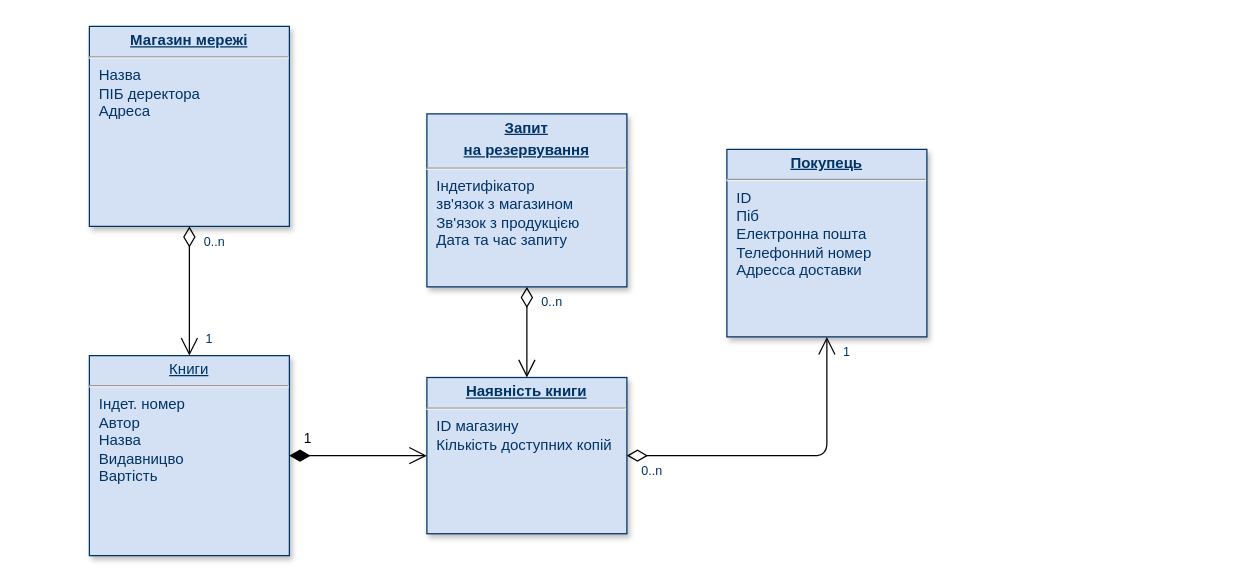
This is Диаграмма без названия.drawio from VadimKeranov/drawio, a draw.io file, before an edit. Source tidied: cells renumbered, new cells numbered last; positions are measured from the earlier drawing's top-left corner, leaving out a move shared by most shapes. Both pictures are drawn from the tidied source at 125%, with x=0, y=0 at pixel (89, 26).
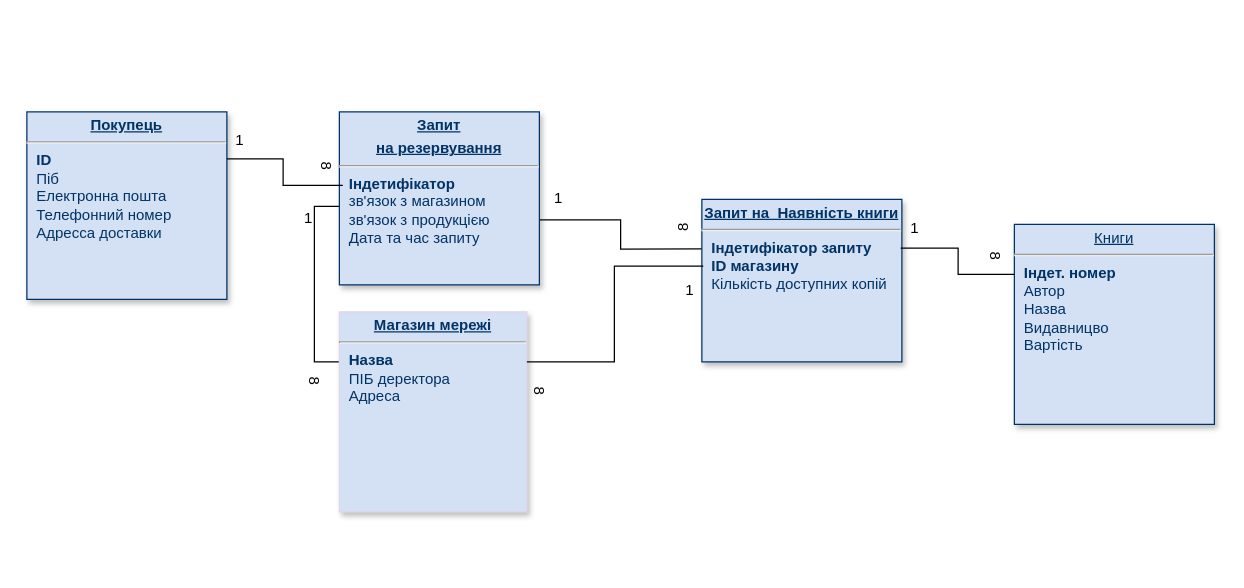
After the change.

What changed in the source:
```diff
@@
+    <mxCell id="16" style="edgeStyle=orthogonalEdgeStyle;rounded=0;jettySize=auto;html=1;exitX=0.001;exitY=0.546;exitDx=0;exitDy=0;entryX=0;entryY=0.25;entryDx=0;entryDy=0;exitPerimeter=0;endArrow=none;endFill=0;" parent="1" edge="1" source="2" target="6">
+      <mxGeometry relative="1" as="geometry" />
+    </mxCell>
+    <mxCell id="7" style="edgeStyle=orthogonalEdgeStyle;rounded=0;jettySize=auto;html=1;entryX=0.002;entryY=0.305;entryDx=0;entryDy=0;entryPerimeter=0;exitX=1.002;exitY=0.624;exitDx=0;exitDy=0;exitPerimeter=0;endArrow=none;endFill=0;" parent="1" edge="1" source="2" target="3">
+      <mxGeometry relative="1" as="geometry" />
+    </mxCell>
-    <mxCell id="2" value="&lt;p style=&quot;margin: 0px; margin-top: 4px; text-align: center; text-decoration: underline;&quot;&gt;&lt;b&gt;Запит&lt;/b&gt;&lt;/p&gt;&lt;p style=&quot;margin: 0px; margin-top: 4px; text-align: center; text-decoration: underline;&quot;&gt;&lt;b&gt;на резервування&lt;/b&gt;&lt;/p&gt;&lt;hr&gt;&lt;p style=&quot;margin: 0px; margin-left: 8px;&quot;&gt;Індетифікатор&lt;br&gt;зв'язок з магазином&lt;br&gt;Зв'язок з продукцією&lt;br&gt;Дата та час запиту&lt;/p&gt;" style="verticalAlign=top;align=left;overflow=fill;fontSize=12;fontFamily=Helvetica;html=1;strokeColor=#003366;shadow=1;fillColor=#D4E1F5;fontColor=#003366;" parent="1" vertex="1">
-      <mxGeometry x="270" y="69.6" width="160" height="138.4" as="geometry" />
+    <mxCell id="2" value="&lt;p style=&quot;margin: 0px; margin-top: 4px; text-align: center; text-decoration: underline;&quot;&gt;&lt;b&gt;Запит&lt;/b&gt;&lt;/p&gt;&lt;p style=&quot;margin: 0px; margin-top: 4px; text-align: center; text-decoration: underline;&quot;&gt;&lt;b&gt;на резервування&lt;/b&gt;&lt;/p&gt;&lt;hr&gt;&lt;p style=&quot;margin: 0px; margin-left: 8px;&quot;&gt;&lt;b&gt;Індетифікатор&lt;br&gt;&lt;/b&gt;зв'язок з магазином&lt;br&gt;зв'язок з продукцією&lt;br&gt;Дата та час запиту&lt;/p&gt;" style="verticalAlign=top;align=left;overflow=fill;fontSize=12;fontFamily=Helvetica;html=1;strokeColor=#003366;shadow=1;fillColor=#D4E1F5;fontColor=#003366;" parent="1" vertex="1">
+      <mxGeometry x="200" y="68" width="160" height="138.4" as="geometry" />
     </mxCell>
-    <mxCell id="3" value="&lt;p style=&quot;margin: 0px; margin-top: 4px; text-align: center; text-decoration: underline;&quot;&gt;&lt;b&gt;Наявність книги&lt;/b&gt;&lt;/p&gt;&lt;hr&gt;&lt;p style=&quot;margin: 0px; margin-left: 8px;&quot;&gt;ID магазину&lt;br&gt;Кількість доступних копій&lt;br&gt;&lt;br&gt;&lt;/p&gt;" style="verticalAlign=top;align=left;overflow=fill;fontSize=12;fontFamily=Helvetica;html=1;strokeColor=#003366;shadow=1;fillColor=#D4E1F5;fontColor=#003366;" parent="1" vertex="1">
-      <mxGeometry x="270" y="280.5" width="160" height="125" as="geometry" />
+    <mxCell id="3" value="&lt;p style=&quot;margin: 0px; margin-top: 4px; text-align: center; text-decoration: underline;&quot;&gt;&lt;b&gt;Запит на&amp;nbsp; Наявність книги&lt;/b&gt;&lt;/p&gt;&lt;hr&gt;&lt;p style=&quot;margin: 0px; margin-left: 8px;&quot;&gt;&lt;b&gt;Індетифікатор запиту&lt;/b&gt;&lt;br&gt;&lt;b&gt;ID магазину&lt;br&gt;&lt;/b&gt;Кількість доступних копій&lt;br&gt;&lt;br&gt;&lt;/p&gt;" style="verticalAlign=top;align=left;overflow=fill;fontSize=12;fontFamily=Helvetica;html=1;strokeColor=#003366;shadow=1;fillColor=#D4E1F5;fontColor=#003366;" parent="1" vertex="1">
+      <mxGeometry x="490" y="138" width="160" height="130" as="geometry" />
     </mxCell>
-    <mxCell id="4" value="&lt;p style=&quot;margin: 0px; margin-top: 4px; text-align: center; text-decoration: underline;&quot;&gt;Книги&lt;/p&gt;&lt;hr&gt;&lt;p style=&quot;margin: 0px; margin-left: 8px;&quot;&gt;Індет. номер&lt;br&gt;Автор&lt;/p&gt;&lt;p style=&quot;margin: 0px; margin-left: 8px;&quot;&gt;Назва&lt;br&gt;Видавницво&lt;br&gt;Вартість&lt;br&gt;&lt;br&gt;&lt;br&gt;&lt;/p&gt;" style="verticalAlign=top;align=left;overflow=fill;fontSize=12;fontFamily=Helvetica;html=1;strokeColor=#003366;shadow=1;fillColor=#D4E1F5;fontColor=#003366;" parent="1" vertex="1">
-      <mxGeometry y="263" width="160" height="160" as="geometry" />
+    <mxCell id="4" value="&lt;p style=&quot;margin: 0px; margin-top: 4px; text-align: center; text-decoration: underline;&quot;&gt;Книги&lt;/p&gt;&lt;hr&gt;&lt;p style=&quot;margin: 0px; margin-left: 8px;&quot;&gt;&lt;b&gt;Індет. номер&lt;/b&gt;&lt;br&gt;Автор&lt;/p&gt;&lt;p style=&quot;margin: 0px; margin-left: 8px;&quot;&gt;Назва&lt;br&gt;Видавницво&lt;br&gt;Вартість&lt;br&gt;&lt;br&gt;&lt;br&gt;&lt;/p&gt;" style="verticalAlign=top;align=left;overflow=fill;fontSize=12;fontFamily=Helvetica;html=1;strokeColor=#003366;shadow=1;fillColor=#D4E1F5;fontColor=#003366;" parent="1" vertex="1">
+      <mxGeometry x="740" y="158" width="160" height="160" as="geometry" />
     </mxCell>
-    <mxCell id="5" value="&lt;p style=&quot;margin: 0px; margin-top: 4px; text-align: center; text-decoration: underline;&quot;&gt;&lt;b&gt;Покупець&lt;/b&gt;&lt;/p&gt;&lt;hr&gt;&lt;p style=&quot;margin: 0px; margin-left: 8px;&quot;&gt;ID&lt;/p&gt;&lt;p style=&quot;margin: 0px; margin-left: 8px;&quot;&gt;Піб&lt;/p&gt;&lt;p style=&quot;margin: 0px; margin-left: 8px;&quot;&gt;Електронна пошта&lt;br&gt;Телефонний номер&lt;br&gt;Адресса доставки&lt;/p&gt;" style="verticalAlign=top;align=left;overflow=fill;fontSize=12;fontFamily=Helvetica;html=1;strokeColor=#003366;shadow=1;fillColor=#D4E1F5;fontColor=#003366;" parent="1" vertex="1">
-      <mxGeometry x="510" y="98" width="160" height="150" as="geometry" />
+    <mxCell id="5" value="&lt;p style=&quot;margin: 0px; margin-top: 4px; text-align: center; text-decoration: underline;&quot;&gt;&lt;b&gt;Покупець&lt;/b&gt;&lt;/p&gt;&lt;hr&gt;&lt;p style=&quot;margin: 0px; margin-left: 8px;&quot;&gt;&lt;b&gt;ID&lt;/b&gt;&lt;/p&gt;&lt;p style=&quot;margin: 0px; margin-left: 8px;&quot;&gt;Піб&lt;/p&gt;&lt;p style=&quot;margin: 0px; margin-left: 8px;&quot;&gt;Електронна пошта&lt;br&gt;Телефонний номер&lt;br&gt;Адресса доставки&lt;/p&gt;" style="verticalAlign=top;align=left;overflow=fill;fontSize=12;fontFamily=Helvetica;html=1;strokeColor=#003366;shadow=1;fillColor=#D4E1F5;fontColor=#003366;" parent="1" vertex="1">
+      <mxGeometry x="-50" y="68" width="160" height="150" as="geometry" />
     </mxCell>
-    <mxCell id="6" value="&lt;p style=&quot;margin: 0px; margin-top: 4px; text-align: center; text-decoration: underline;&quot;&gt;&lt;b&gt;Магазин мережі&lt;/b&gt;&lt;/p&gt;&lt;hr&gt;&lt;p style=&quot;margin: 0px; margin-left: 8px;&quot;&gt;Назва&lt;br&gt;ПІБ деректора&lt;br&gt;Адреса&amp;nbsp;&lt;/p&gt;" style="verticalAlign=top;align=left;overflow=fill;fontSize=12;fontFamily=Helvetica;html=1;strokeColor=#003366;shadow=1;fillColor=#D4E1F5;fontColor=#003366;" parent="1" vertex="1">
-      <mxGeometry y="-0.4" width="160" height="160" as="geometry" />
+    <mxCell id="6" value="&lt;p style=&quot;margin: 4px 0px 0px; text-align: center; text-decoration: underline; line-height: 120%;&quot;&gt;&lt;b&gt;Магазин мережі&lt;/b&gt;&lt;/p&gt;&lt;hr&gt;&lt;p style=&quot;margin: 0px; margin-left: 8px;&quot;&gt;&lt;b&gt;Назва&lt;br&gt;&lt;/b&gt;ПІБ деректора&lt;br&gt;Адреса&amp;nbsp;&lt;/p&gt;" style="verticalAlign=top;align=left;overflow=fill;fontSize=12;fontFamily=Helvetica;html=1;strokeColor=#E1D5E7;shadow=1;fillColor=#D4E1F5;fontColor=#003366;" parent="1" vertex="1">
+      <mxGeometry x="200" y="228" width="150" height="160" as="geometry" />
     </mxCell>
-    <mxCell id="7" style="endArrow=open;endSize=12;startArrow=diamondThin;startSize=14;startFill=0;edgeStyle=orthogonalEdgeStyle;" parent="1" edge="1" source="2" target="3">
-      <mxGeometry y="160" as="geometry" />
-    </mxCell>
-    <mxCell id="8" value="0..n" style="align=left;verticalAlign=top;labelBackgroundColor=#ffffff;fontSize=10;strokeColor=#003366;shadow=1;fillColor=#D4E1F5;fontColor=#003366;" parent="7" vertex="1">
-      <mxGeometry x="-1" relative="1" as="geometry">
-        <mxPoint x="10" as="offset" />
-      </mxGeometry>
-    </mxCell>
-    <mxCell id="9" style="endArrow=open;endSize=12;startArrow=diamondThin;startSize=14;startFill=0;edgeStyle=orthogonalEdgeStyle;" parent="1" edge="1" source="3" target="5">
-      <mxGeometry x="519.4" y="200" as="geometry" />
-    </mxCell>
-    <mxCell id="10" value="0..n" style="align=left;verticalAlign=top;labelBackgroundColor=#ffffff;fontSize=10;strokeColor=#003366;shadow=1;fillColor=#D4E1F5;fontColor=#003366;" parent="9" vertex="1">
-      <mxGeometry x="-1" relative="1" as="geometry">
-        <mxPoint x="10" as="offset" />
-      </mxGeometry>
-    </mxCell>
-    <mxCell id="11" value="1" style="align=right;verticalAlign=top;labelBackgroundColor=#ffffff;fontSize=10;strokeColor=#003366;shadow=1;fillColor=#D4E1F5;fontColor=#003366;" parent="9" vertex="1">
-      <mxGeometry x="1" relative="1" as="geometry">
-        <mxPoint x="20" as="offset" />
-      </mxGeometry>
-    </mxCell>
-    <mxCell id="12" style="endArrow=open;endSize=12;startArrow=diamondThin;startSize=14;startFill=0;edgeStyle=orthogonalEdgeStyle;" parent="1" edge="1" source="6" target="4">
-      <mxGeometry x="620" y="340" as="geometry" />
-    </mxCell>
-    <mxCell id="13" value="0..n" style="align=left;verticalAlign=top;labelBackgroundColor=#ffffff;fontSize=10;strokeColor=#003366;shadow=1;fillColor=#D4E1F5;fontColor=#003366;" parent="12" vertex="1">
-      <mxGeometry x="-1" relative="1" as="geometry">
-        <mxPoint x="10" as="offset" />
-      </mxGeometry>
-    </mxCell>
-    <mxCell id="14" value="1" style="align=right;verticalAlign=top;labelBackgroundColor=#ffffff;fontSize=10;strokeColor=#003366;shadow=1;fillColor=#D4E1F5;fontColor=#003366;" parent="12" vertex="1">
-      <mxGeometry x="1" relative="1" as="geometry">
-        <mxPoint x="20" y="-25" as="offset" />
-      </mxGeometry>
-    </mxCell>
+    <mxCell id="17" style="edgeStyle=orthogonalEdgeStyle;rounded=0;jettySize=auto;html=1;exitX=1;exitY=0.25;exitDx=0;exitDy=0;entryX=0.007;entryY=0.411;entryDx=0;entryDy=0;entryPerimeter=0;endArrow=none;endFill=0;" parent="1" edge="1" source="6" target="3">
+      <mxGeometry relative="1" as="geometry" />
+    </mxCell>
-    <mxCell id="15" value="1" style="endArrow=open;endSize=12;startArrow=diamondThin;startSize=14;startFill=1;edgeStyle=orthogonalEdgeStyle;align=left;verticalAlign=bottom;" parent="1" edge="1" source="4" target="3">
-      <mxGeometry x="-0.82" y="5" relative="1" as="geometry" />
+    <mxCell id="15" style="edgeStyle=orthogonalEdgeStyle;rounded=0;jettySize=auto;html=1;exitX=0;exitY=0.25;exitDx=0;exitDy=0;entryX=0.994;entryY=0.3;entryDx=0;entryDy=0;entryPerimeter=0;endArrow=none;endFill=0;" parent="1" edge="1" source="4" target="3">
+      <mxGeometry relative="1" as="geometry" />
     </mxCell>
+    <mxCell id="18" style="edgeStyle=orthogonalEdgeStyle;rounded=0;jettySize=auto;html=1;exitX=1;exitY=0.25;exitDx=0;exitDy=0;entryX=0.017;entryY=0.425;entryDx=0;entryDy=0;entryPerimeter=0;endArrow=none;endFill=0;" parent="1" edge="1" source="5" target="2">
+      <mxGeometry relative="1" as="geometry" />
+    </mxCell>
+    <mxCell id="19" value="8" style="text;html=1;align=center;verticalAlign=middle;strokeColor=none;fillColor=none;rotation=90;" parent="1" vertex="1">
+      <mxGeometry x="710" y="168" width="30" height="30" as="geometry" />
+    </mxCell>
+    <mxCell id="20" value="1" style="text;html=1;align=center;verticalAlign=middle;strokeColor=none;fillColor=none;" parent="1" vertex="1">
+      <mxGeometry x="645" y="146" width="30" height="30" as="geometry" />
+    </mxCell>
+    <mxCell id="21" value="8" style="text;html=1;align=center;verticalAlign=middle;strokeColor=none;fillColor=none;rotation=90;" parent="1" vertex="1">
+      <mxGeometry x="175" y="96" width="30" height="30" as="geometry" />
+    </mxCell>
+    <mxCell id="22" value="1" style="text;html=1;align=center;verticalAlign=middle;strokeColor=none;fillColor=none;" parent="1" vertex="1">
+      <mxGeometry x="105" y="76" width="30" height="30" as="geometry" />
+    </mxCell>
+    <mxCell id="23" value="8" style="text;html=1;align=center;verticalAlign=middle;strokeColor=none;fillColor=none;rotation=90;" parent="1" vertex="1">
+      <mxGeometry x="165" y="268" width="30" height="30" as="geometry" />
+    </mxCell>
+    <mxCell id="24" value="1" style="text;html=1;align=center;verticalAlign=middle;strokeColor=none;fillColor=none;" parent="1" vertex="1">
+      <mxGeometry x="160" y="138" width="30" height="30" as="geometry" />
+    </mxCell>
+    <mxCell id="25" value="8" style="text;html=1;align=center;verticalAlign=middle;strokeColor=none;fillColor=none;rotation=-90;" parent="1" vertex="1">
+      <mxGeometry x="460" y="146" width="30" height="30" as="geometry" />
+    </mxCell>
+    <mxCell id="26" value="1" style="text;html=1;align=center;verticalAlign=middle;strokeColor=none;fillColor=none;" parent="1" vertex="1">
+      <mxGeometry x="360" y="122.2" width="30" height="30" as="geometry" />
+    </mxCell>
+    <mxCell id="27" value="1" style="text;html=1;align=center;verticalAlign=middle;strokeColor=none;fillColor=none;" parent="1" vertex="1">
+      <mxGeometry x="465" y="196" width="30" height="30" as="geometry" />
+    </mxCell>
+    <mxCell id="28" value="8" style="text;html=1;align=center;verticalAlign=middle;strokeColor=none;fillColor=none;rotation=90;" parent="1" vertex="1">
+      <mxGeometry x="345" y="276" width="30" height="30" as="geometry" />
+    </mxCell>
```
